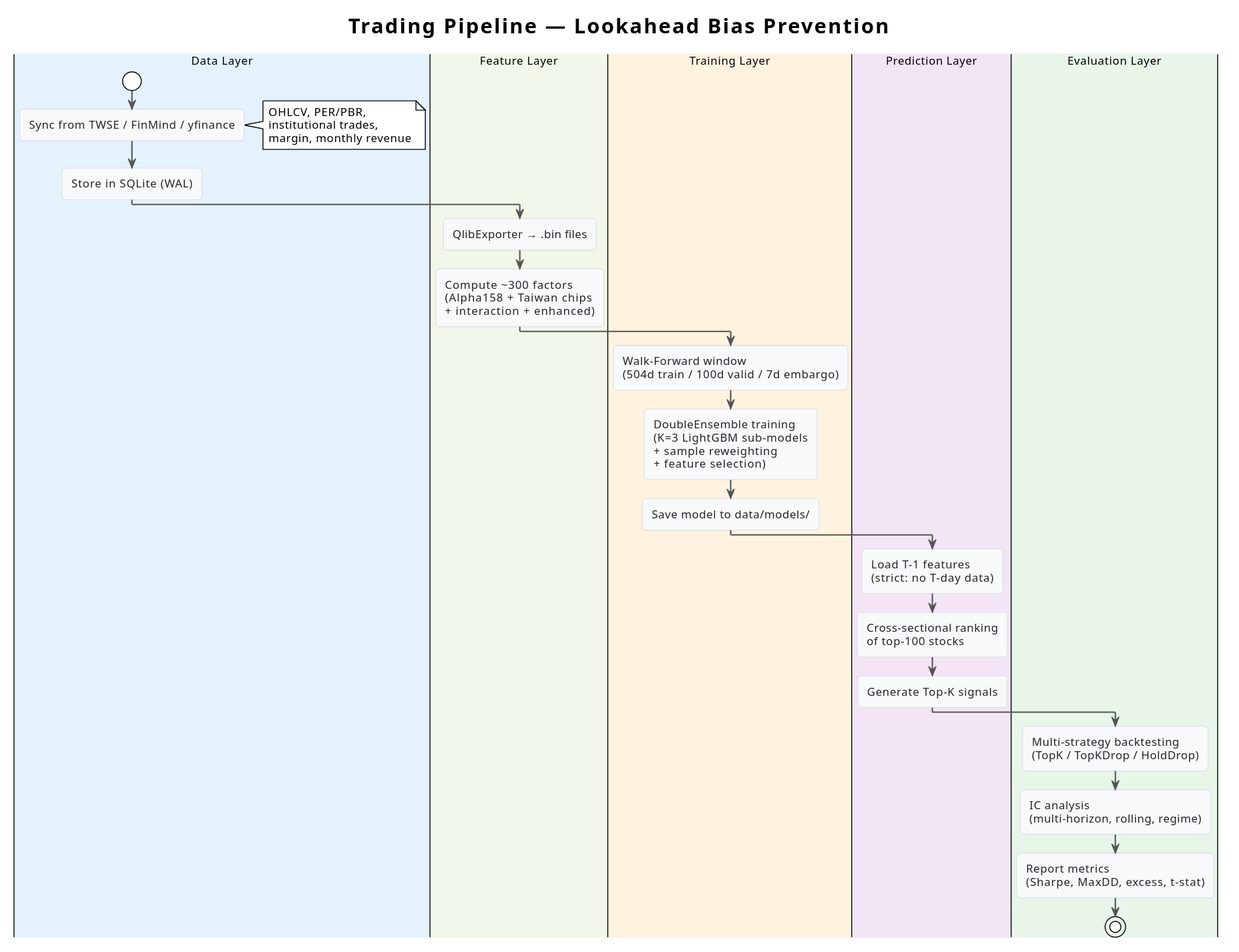
Earlier version of the PlantUML export docs/images/pipeline.svg (toasterman234/qlib-tw-trader). Its diagram source:
```plantuml
@startuml
!theme plain
skinparam backgroundColor #FFFFFF
skinparam defaultFontName "Segoe UI"
skinparam defaultFontSize 12
skinparam shadowing false
skinparam ArrowColor #555555
skinparam ArrowThickness 1.5
skinparam roundCorner 8

skinparam activity {
  BackgroundColor #F8F9FA
  BorderColor #DEE2E6
  FontColor #212529
  DiamondBackgroundColor #FFF3CD
  DiamondBorderColor #FFCA2C
}

title Trading Pipeline — Lookahead Bias Prevention

|#E3F2FD| Data Layer |
start
:Sync from TWSE / FinMind / yfinance;
note right
  OHLCV, PER/PBR,
  institutional trades,
  margin, monthly revenue
end note
:Store in SQLite (WAL);

|#F1F8E9| Feature Layer |
:QlibExporter → .bin files;
:Compute ~300 factors
(Alpha158 + Taiwan chips
+ interaction + enhanced);

|#FFF3E0| Training Layer |
:Walk-Forward window
(504d train / 100d valid / 7d embargo);
:DoubleEnsemble training
(K=3 LightGBM sub-models
+ sample reweighting
+ feature selection);
:Save model to data/models/;

|#F3E5F5| Prediction Layer |
:Load T-1 features
(strict: no T-day data);
:Cross-sectional ranking
of top-100 stocks;
:Generate Top-K signals;

|#E8F5E9| Evaluation Layer |
:Multi-strategy backtesting
(TopK / TopKDrop / HoldDrop);
:IC analysis
(multi-horizon, rolling, regime);
:Report metrics
(Sharpe, MaxDD, excess, t-stat);
stop
@enduml
```
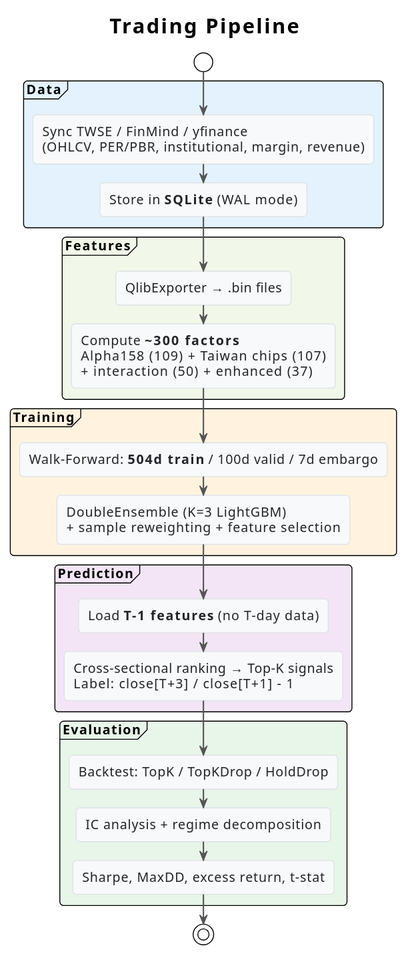
The same file after the commit.

Commit message:
docs: improve PlantUML diagram quality and readability

Diff of the diagram source:
```diff
@@ -2,11 +2,11 @@
 !theme plain
 skinparam backgroundColor #FFFFFF
 skinparam defaultFontName "Segoe UI"
-skinparam defaultFontSize 12
+skinparam defaultFontSize 14
 skinparam shadowing false
+skinparam roundCorner 8
 skinparam ArrowColor #555555
 skinparam ArrowThickness 1.5
-skinparam roundCorner 8
 
 skinparam activity {
   BackgroundColor #F8F9FA
@@ -16,46 +16,40 @@
   DiamondBorderColor #FFCA2C
 }
 
-title Trading Pipeline — Lookahead Bias Prevention
+title Trading Pipeline
 
-|#E3F2FD| Data Layer |
 start
-:Sync from TWSE / FinMind / yfinance;
-note right
-  OHLCV, PER/PBR,
-  institutional trades,
-  margin, monthly revenue
-end note
-:Store in SQLite (WAL);
 
-|#F1F8E9| Feature Layer |
-:QlibExporter → .bin files;
-:Compute ~300 factors
-(Alpha158 + Taiwan chips
-+ interaction + enhanced);
+partition "**Data**" #E3F2FD {
+  :Sync TWSE / FinMind / yfinance
+  (OHLCV, PER/PBR, institutional, margin, revenue);
+  :Store in **SQLite** (WAL mode);
+}
 
-|#FFF3E0| Training Layer |
-:Walk-Forward window
-(504d train / 100d valid / 7d embargo);
-:DoubleEnsemble training
-(K=3 LightGBM sub-models
-+ sample reweighting
-+ feature selection);
-:Save model to data/models/;
+partition "**Features**" #F1F8E9 {
+  :QlibExporter → .bin files;
+  :Compute **~300 factors**
+  Alpha158 (109) + Taiwan chips (107)
+  + interaction (50) + enhanced (37);
+}
 
-|#F3E5F5| Prediction Layer |
-:Load T-1 features
-(strict: no T-day data);
-:Cross-sectional ranking
-of top-100 stocks;
-:Generate Top-K signals;
+partition "**Training**" #FFF3E0 {
+  :Walk-Forward: **504d train** / 100d valid / 7d embargo;
+  :DoubleEnsemble (K=3 LightGBM)
+  + sample reweighting + feature selection;
+}
 
-|#E8F5E9| Evaluation Layer |
-:Multi-strategy backtesting
-(TopK / TopKDrop / HoldDrop);
-:IC analysis
-(multi-horizon, rolling, regime);
-:Report metrics
-(Sharpe, MaxDD, excess, t-stat);
+partition "**Prediction**" #F3E5F5 {
+  :Load **T-1 features** (no T-day data);
+  :Cross-sectional ranking → Top-K signals
+  Label: close[T+3] / close[T+1] - 1;
+}
+
+partition "**Evaluation**" #E8F5E9 {
+  :Backtest: TopK / TopKDrop / HoldDrop;
+  :IC analysis + regime decomposition;
+  :Sharpe, MaxDD, excess return, t-stat;
+}
+
 stop
 @enduml
```
